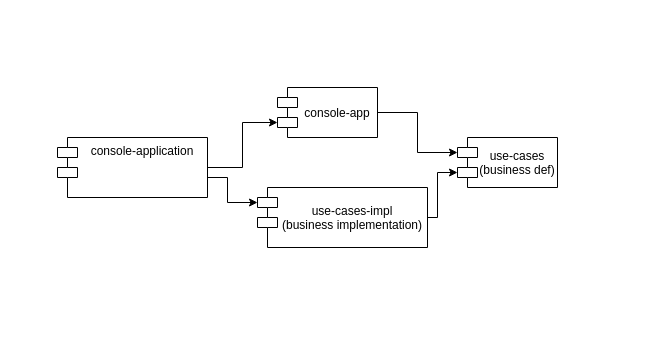
Above: current-convertor-app/component-diagram.drawio in mohammadabdellatif/htu-java-upskilling-0202 (draw.io), before the change. Source tidied: cells renumbered, new cells numbered last; positions are measured from the earlier drawing's top-left corner, leaving out a move shared by most shapes. Both pictures are drawn from the tidied source at 100%, with x=0, y=0 at pixel (57, 87).
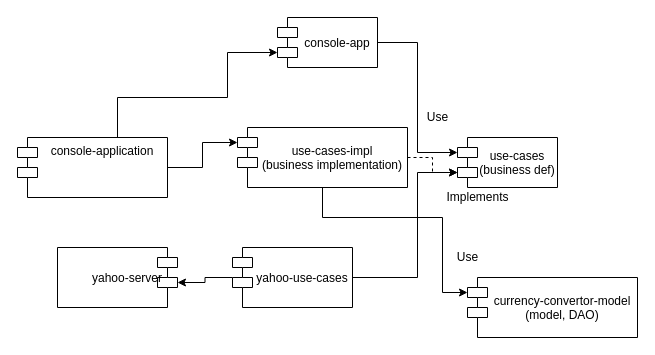
The same diagram, later.

The change refers to these unchanged cells:
```xml
<mxCell id="2" value="use-cases&#10;(business def)" style="shape=module;align=left;spacingLeft=20;align=center;verticalAlign=middle;" parent="1" vertex="1">
  <mxGeometry x="400" y="50" width="100" height="50" as="geometry" />
</mxCell>
```

The edit, as a diff of the source:
```diff
@@
-    <mxCell id="3" style="edgeStyle=orthogonalEdgeStyle;rounded=0;jettySize=auto;html=1;entryX=0;entryY=0;entryDx=0;entryDy=35;entryPerimeter=0;" parent="1" edge="1" source="4" target="2">
-      <mxGeometry relative="1" as="geometry">
-        <Array as="points">
-          <mxPoint x="380" y="130" />
-          <mxPoint x="380" y="85" />
-        </Array>
-      </mxGeometry>
+    <mxCell id="3" style="edgeStyle=orthogonalEdgeStyle;rounded=0;jettySize=auto;html=1;entryX=0;entryY=0;entryDx=0;entryDy=35;entryPerimeter=0;dashed=1;" parent="1" edge="1" source="4" target="2">
+      <mxGeometry relative="1" as="geometry" />
     </mxCell>
+    <mxCell id="10" style="rounded=0;jettySize=auto;html=1;entryX=0;entryY=0;entryDx=0;entryDy=15;entryPerimeter=0;edgeStyle=orthogonalEdgeStyle;" parent="1" edge="1" source="4" target="13">
+      <mxGeometry relative="1" as="geometry">
+        <Array as="points">
+          <mxPoint x="385" y="130" />
+          <mxPoint x="385" y="205" />
+        </Array>
+      </mxGeometry>
+    </mxCell>
     <mxCell id="4" value="use-cases-impl&#10;(business implementation)" style="shape=module;align=left;spacingLeft=20;align=center;verticalAlign=middle;flipH=0;" parent="1" vertex="1">
-      <mxGeometry x="200" y="100" width="170" height="60" as="geometry" />
+      <mxGeometry x="180" y="40" width="170" height="60" as="geometry" />
     </mxCell>
@@
     <mxCell id="6" value="console-app" style="shape=module;align=left;spacingLeft=20;align=center;verticalAlign=middle;" parent="1" vertex="1">
-      <mxGeometry x="220" width="100" height="50" as="geometry" />
+      <mxGeometry x="220" y="-70" width="100" height="50" as="geometry" />
     </mxCell>
     <mxCell id="7" style="edgeStyle=orthogonalEdgeStyle;rounded=0;jettySize=auto;html=1;entryX=0;entryY=0;entryDx=0;entryDy=35;entryPerimeter=0;" parent="1" edge="1" source="9" target="6">
-      <mxGeometry relative="1" as="geometry" />
+      <mxGeometry relative="1" as="geometry">
+        <Array as="points">
+          <mxPoint x="60" y="10" />
+          <mxPoint x="170" y="10" />
+          <mxPoint x="170" y="-35" />
+        </Array>
+      </mxGeometry>
     </mxCell>
     <mxCell id="8" style="edgeStyle=orthogonalEdgeStyle;rounded=0;jettySize=auto;html=1;entryX=0;entryY=0;entryDx=0;entryDy=15;entryPerimeter=0;" parent="1" edge="1" source="9" target="4">
-      <mxGeometry relative="1" as="geometry">
-        <Array as="points">
-          <mxPoint x="170" y="90" />
-          <mxPoint x="170" y="115" />
-        </Array>
-      </mxGeometry>
+      <mxGeometry relative="1" as="geometry" />
     </mxCell>
     <mxCell id="9" value="console-application" style="shape=module;align=left;spacingLeft=20;align=center;verticalAlign=top;" parent="1" vertex="1">
-      <mxGeometry y="50" width="150" height="60" as="geometry" />
+      <mxGeometry x="-40" y="50" width="150" height="60" as="geometry" />
     </mxCell>
+    <mxCell id="11" value="Implements" style="text;html=1;align=center;verticalAlign=middle;" parent="1" vertex="1">
+      <mxGeometry x="380" y="100" width="80" height="20" as="geometry" />
+    </mxCell>
+    <mxCell id="12" value="Use" style="text;html=1;align=center;verticalAlign=middle;" parent="1" vertex="1">
+      <mxGeometry x="360" y="20" width="40" height="20" as="geometry" />
+    </mxCell>
+    <mxCell id="13" value="currency-convertor-model&#10;(model, DAO)" style="shape=module;align=left;spacingLeft=20;align=center;verticalAlign=middle;flipH=0;" parent="1" vertex="1">
+      <mxGeometry x="410" y="190" width="170" height="60" as="geometry" />
+    </mxCell>
+    <mxCell id="14" value="Use" style="text;html=1;align=center;verticalAlign=middle;" parent="1" vertex="1">
+      <mxGeometry x="390" y="160" width="40" height="20" as="geometry" />
+    </mxCell>
+    <mxCell id="15" style="edgeStyle=orthogonalEdgeStyle;rounded=0;jettySize=auto;html=1;entryX=0;entryY=0;entryDx=0;entryDy=35;entryPerimeter=0;" parent="1" edge="1" source="17" target="18">
+      <mxGeometry relative="1" as="geometry" />
+    </mxCell>
+    <mxCell id="16" style="edgeStyle=orthogonalEdgeStyle;rounded=0;jettySize=auto;html=1;entryX=0;entryY=0;entryDx=0;entryDy=35;entryPerimeter=0;" parent="1" edge="1" source="17" target="2">
+      <mxGeometry relative="1" as="geometry">
+        <Array as="points">
+          <mxPoint x="360" y="190" />
+          <mxPoint x="360" y="85" />
+        </Array>
+      </mxGeometry>
+    </mxCell>
+    <mxCell id="17" value="yahoo-use-cases" style="shape=module;align=left;spacingLeft=20;align=center;verticalAlign=middle;flipH=0;" parent="1" vertex="1">
+      <mxGeometry x="175" y="160" width="120" height="60" as="geometry" />
+    </mxCell>
+    <mxCell id="18" value="yahoo-server" style="shape=module;align=left;spacingLeft=20;align=center;verticalAlign=middle;flipH=1;" parent="1" vertex="1">
+      <mxGeometry y="160" width="120" height="60" as="geometry" />
+    </mxCell>
```
